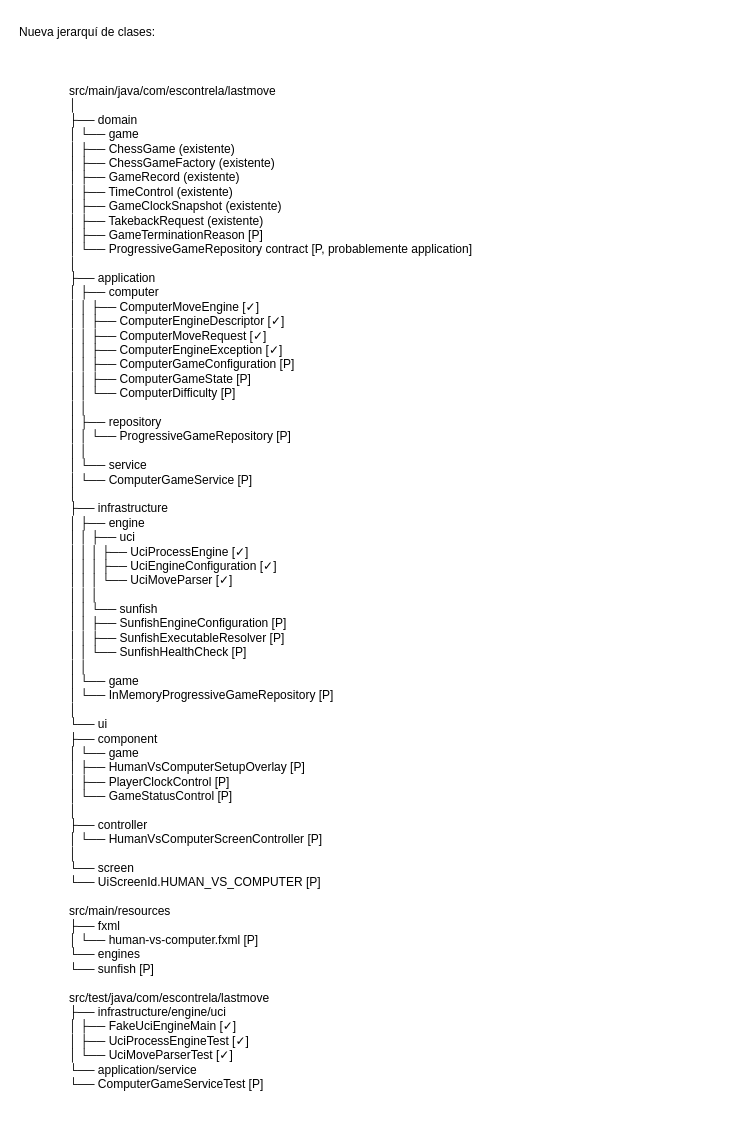
Before: page "Página-2" (2 of 2) of docs/chess-domain-analysis-raw.drawio in escontrela/lastmove, a draw.io diagram. Source tidied: cells renumbered, new cells numbered last; positions are measured from the earlier drawing's top-left corner, leaving out a move shared by most shapes. Both pictures are drawn from the tidied source at 100%, with x=0, y=0 at pixel (17, 17).
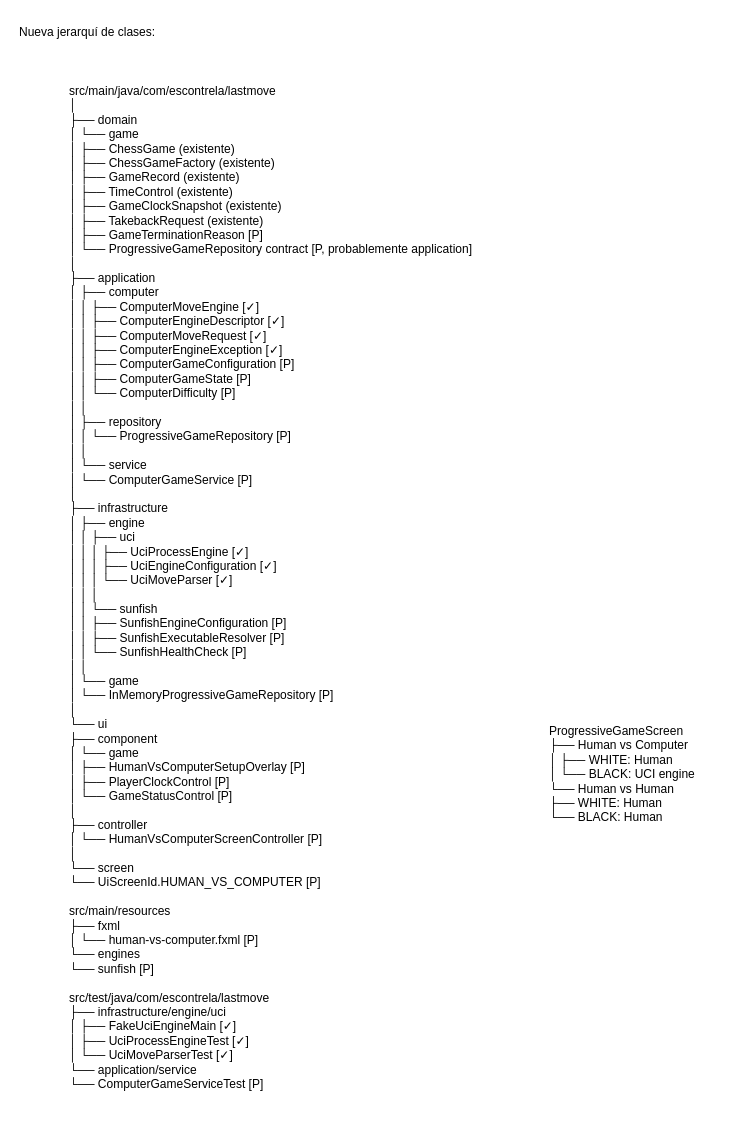
The same page after the edit.

The edit, as a diff of the source:
```diff
@@
 <mxGraphModel>
   <root>
     <mxCell id="0" />
     <mxCell id="1" parent="0" />
     <mxCell id="2" value="src/main/java/com/escontrela/lastmove&#10;│&#10;├── domain&#10;│   └── game&#10;│       ├── ChessGame                              (existente)&#10;│       ├── ChessGameFactory                       (existente)&#10;│       ├── GameRecord                             (existente)&#10;│       ├── TimeControl                            (existente)&#10;│       ├── GameClockSnapshot                      (existente)&#10;│       ├── TakebackRequest                        (existente)&#10;│       ├── GameTerminationReason                  [P]&#10;│       └── ProgressiveGameRepository contract     [P, probablemente application]&#10;│&#10;├── application&#10;│   ├── computer&#10;│   │   ├── ComputerMoveEngine                     [✓]&#10;│   │   ├── ComputerEngineDescriptor               [✓]&#10;│   │   ├── ComputerMoveRequest                    [✓]&#10;│   │   ├── ComputerEngineException                [✓]&#10;│   │   ├── ComputerGameConfiguration              [P]&#10;│   │   ├── ComputerGameState                      [P]&#10;│   │   └── ComputerDifficulty                     [P]&#10;│   │&#10;│   ├── repository&#10;│   │   └── ProgressiveGameRepository              [P]&#10;│   │&#10;│   └── service&#10;│       └── ComputerGameService                    [P]&#10;│&#10;├── infrastructure&#10;│   ├── engine&#10;│   │   ├── uci&#10;│   │   │   ├── UciProcessEngine                   [✓]&#10;│   │   │   ├── UciEngineConfiguration             [✓]&#10;│   │   │   └── UciMoveParser                      [✓]&#10;│   │   │&#10;│   │   └── sunfish&#10;│   │       ├── SunfishEngineConfiguration         [P]&#10;│   │       ├── SunfishExecutableResolver          [P]&#10;│   │       └── SunfishHealthCheck                 [P]&#10;│   │&#10;│   └── game&#10;│       └── InMemoryProgressiveGameRepository      [P]&#10;│&#10;└── ui&#10;    ├── component&#10;    │   └── game&#10;    │       ├── HumanVsComputerSetupOverlay        [P]&#10;    │       ├── PlayerClockControl                 [P]&#10;    │       └── GameStatusControl                  [P]&#10;    │&#10;    ├── controller&#10;    │   └── HumanVsComputerScreenController        [P]&#10;    │&#10;    └── screen&#10;        └── UiScreenId.HUMAN_VS_COMPUTER           [P]&#10;&#10;src/main/resources&#10;├── fxml&#10;│   └── human-vs-computer.fxml                     [P]&#10;└── engines&#10;    └── sunfish                                    [P]&#10;&#10;src/test/java/com/escontrela/lastmove&#10;├── infrastructure/engine/uci&#10;│   ├── FakeUciEngineMain                          [✓]&#10;│   ├── UciProcessEngineTest                       [✓]&#10;│   └── UciMoveParserTest                          [✓]&#10;└── application/service&#10;    └── ComputerGameServiceTest                    [P]" style="text;whiteSpace=wrap;html=1;" parent="1" vertex="1">
       <mxGeometry x="50" y="60" width="450" height="1030" as="geometry" />
     </mxCell>
     <mxCell id="3" value="Nueva jerarquí de clases:" style="text;html=1;align=left;verticalAlign=middle;whiteSpace=wrap;rounded=0;" parent="1" vertex="1">
       <mxGeometry width="260" height="30" as="geometry" />
     </mxCell>
+    <mxCell id="4" value="ProgressiveGameScreen&#10;├── Human vs Computer&#10;│   ├── WHITE: Human&#10;│   └── BLACK: UCI engine&#10;└── Human vs Human&#10;    ├── WHITE: Human&#10;    └── BLACK: Human" style="text;whiteSpace=wrap;html=1;" parent="1" vertex="1">
+      <mxGeometry x="530" y="700" width="190" height="120" as="geometry" />
+    </mxCell>
   </root>
 </mxGraphModel>
```
